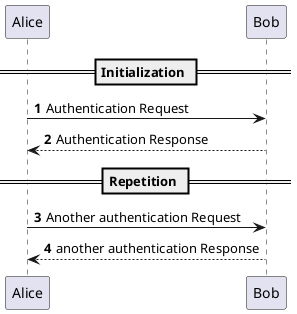
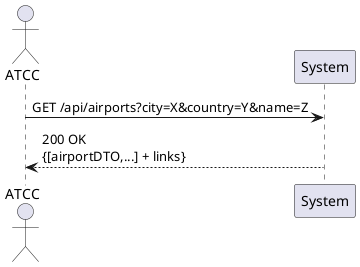
- @startuml
- 'https://plantuml.com/sequence-diagram
+ @startuml SSD_US108_SearchAirports

- autonumber
+ actor "ATCC" as USER
+ participant "System" as SYS

- == Initialization ==
+ USER -> SYS : GET /api/airports?city=X&country=Y&name=Z
+ SYS --> USER : 200 OK\n{[airportDTO,...] + links}

- Alice -> Bob: Authentication Request
- Bob --> Alice: Authentication Response
- 
- == Repetition ==
- 
- Alice -> Bob: Another authentication Request
- Alice <-- Bob: another authentication Response
- @enduml+ @enduml
